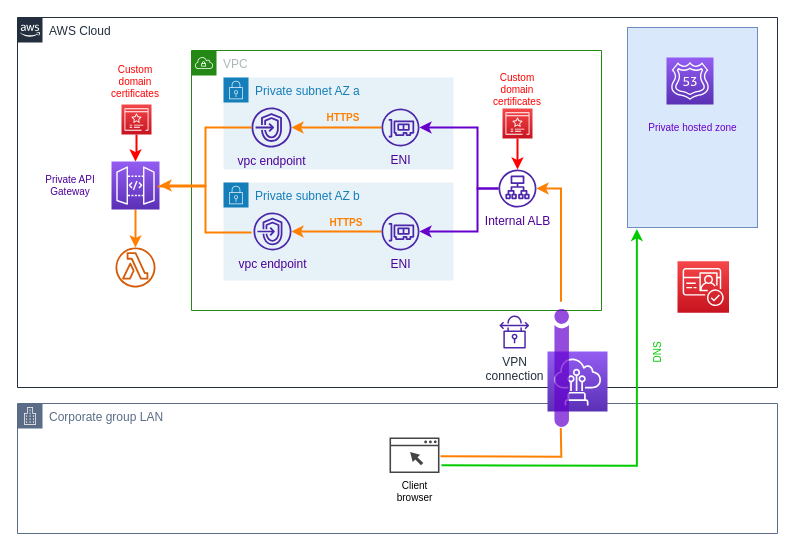
Above: page "secure" (2 of 2) of ServerlessArchiSample.drawio in claytonbrown/aws-drawing (draw.io), before the change. Source tidied: cells renumbered, new cells numbered last; positions are measured from the earlier drawing's top-left corner, leaving out a move shared by most shapes. Both pictures are drawn from the tidied source at 100%, with x=0, y=0 at pixel (17, 17).
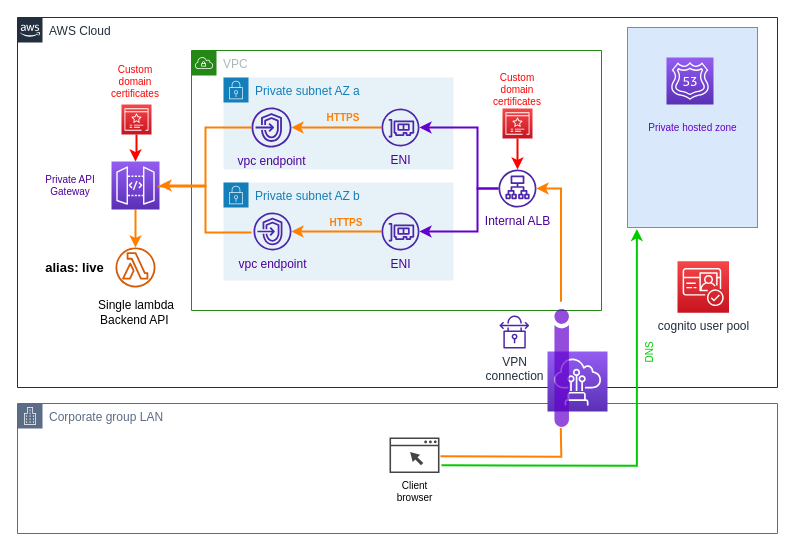
The same diagram, later.

Unchanged cells that the change refers to:
```xml
<mxCell id="4" value="AWS Cloud" style="gradientColor=none;html=1;whiteSpace=wrap;fontSize=12;fontStyle=0;shape=mxgraph.aws4.group;grIcon=mxgraph.aws4.group_aws_cloud_alt;strokeColor=#232F3E;fillColor=none;verticalAlign=top;align=left;spacingLeft=30;fontColor=#232F3E;dashed=0;" parent="1" vertex="1">
  <mxGeometry width="760" height="370" as="geometry" />
</mxCell>
```

Change to the diagram source:
```diff
@@
-    <mxCell id="34" style="sketch=0;fontColor=#232F3E;gradientColor=#F54749;gradientDirection=north;fillColor=#C7131F;strokeColor=#ffffff;dashed=0;verticalLabelPosition=bottom;verticalAlign=top;align=center;html=1;fontSize=12;fontStyle=0;shape=mxgraph.aws4.resourceIcon;resIcon=mxgraph.aws4.cognito;" parent="4" vertex="1">
+    <mxCell id="34" value="cognito user pool" style="sketch=0;fontColor=#232F3E;gradientColor=#F54749;gradientDirection=north;fillColor=#C7131F;strokeColor=#ffffff;dashed=0;verticalLabelPosition=bottom;verticalAlign=top;align=center;html=1;fontSize=12;fontStyle=0;shape=mxgraph.aws4.resourceIcon;resIcon=mxgraph.aws4.cognito;" parent="4" vertex="1">
       <mxGeometry x="660" y="243.8" width="51.5" height="51.5" as="geometry" />
     </mxCell>
@@
     <mxCell id="39" value="DNS" style="text;html=1;strokeColor=none;fillColor=none;align=center;verticalAlign=middle;whiteSpace=wrap;rounded=0;fontSize=10;fontColor=#00CC00;rotation=-90;" parent="4" vertex="1">
-      <mxGeometry x="610" y="320" width="60" height="30" as="geometry" />
+      <mxGeometry x="602" y="320" width="60" height="30" as="geometry" />
     </mxCell>
+    <mxCell id="42" value="Single lambda&lt;br&gt;Backend API&amp;nbsp;" style="text;html=1;strokeColor=none;fillColor=none;align=center;verticalAlign=middle;whiteSpace=wrap;rounded=0;" parent="4" vertex="1">
+      <mxGeometry x="75" y="280" width="88" height="30" as="geometry" />
+    </mxCell>
+    <mxCell id="43" value="&lt;b&gt;&lt;font style=&quot;font-size: 13px&quot;&gt;alias: live&lt;/font&gt;&lt;/b&gt;" style="text;html=1;strokeColor=none;fillColor=none;align=center;verticalAlign=middle;whiteSpace=wrap;rounded=0;" parent="4" vertex="1">
+      <mxGeometry x="21" y="235" width="73" height="30" as="geometry" />
+    </mxCell>
```
